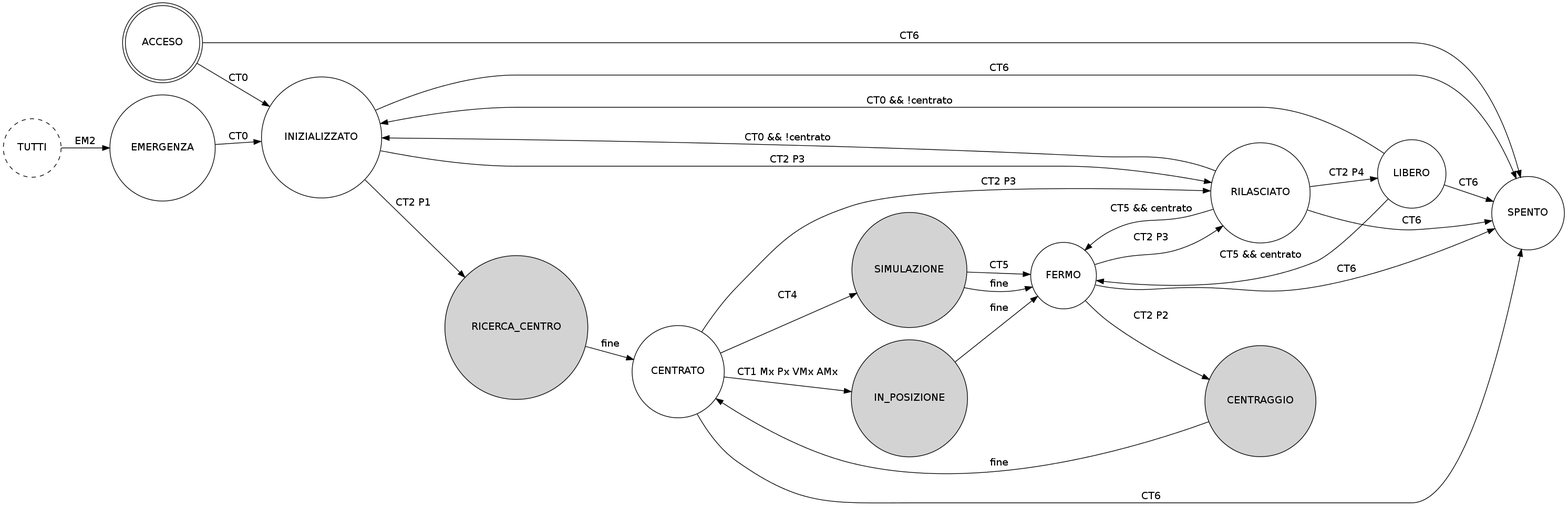
Before: docs/canopenshell.png, a diagram exported from Graphviz (lucci-spinitalia/Alma3d). Its source is kept beside it as docs/canopenshell.dot. The source it was exported from:
```dot
digraph canopenshell_machine {
	rankdir=LR;
	node [shape = doublecircle]; ACCESO
	node [shape = circle, style = filled]; SIMULAZIONE RICERCA_CENTRO CENTRAGGIO IN_POSIZIONE
	node [shape = circle, style = dashed]; TUTTI
	node [shape = circle, style = solid, regular= 1];
	ACCESO -> INIZIALIZZATO [ label = "CT0" ];
	ACCESO -> SPENTO [ label = "CT6" ];
	INIZIALIZZATO -> RICERCA_CENTRO [ label = "CT2 P1" ];
	INIZIALIZZATO -> RILASCIATO [ label = "CT2 P3" ];
	INIZIALIZZATO -> SPENTO [ label = "CT6" ];
	RICERCA_CENTRO -> CENTRATO [ label = "fine" ];
	CENTRATO -> SIMULAZIONE [ label = "CT4" ];
	CENTRATO -> IN_POSIZIONE [ label = "CT1 Mx Px VMx AMx" ];
	CENTRATO -> RILASCIATO [ label = "CT2 P3" ];
	CENTRATO -> SPENTO [ label = "CT6" ];
	SIMULAZIONE -> FERMO [ label = "fine" ];
	SIMULAZIONE -> FERMO [ label = "CT5" ];
	IN_POSIZIONE -> FERMO [ label = "fine" ];
	FERMO -> CENTRAGGIO [ label = "CT2 P2" ];
	FERMO -> RILASCIATO [ label = "CT2 P3" ];
	FERMO -> SPENTO [ label = "CT6" ];
	CENTRAGGIO -> CENTRATO [ label = "fine" ];
	RILASCIATO -> LIBERO [ label = "CT2 P4" ];
	RILASCIATO -> FERMO [ label = "CT5 && centrato" ];
	RILASCIATO -> INIZIALIZZATO [ label = "CT0 && !centrato" ];
	RILASCIATO -> SPENTO [ label = "CT6" ];
	LIBERO -> FERMO [ label = "CT5 && centrato" ];
	LIBERO -> INIZIALIZZATO [ label = "CT0 && !centrato" ];
	LIBERO -> SPENTO [ label = "CT6" ];
	TUTTI -> EMERGENZA [ label = "EM2" ];
	EMERGENZA -> INIZIALIZZATO [ label = "CT0" ];
}
```
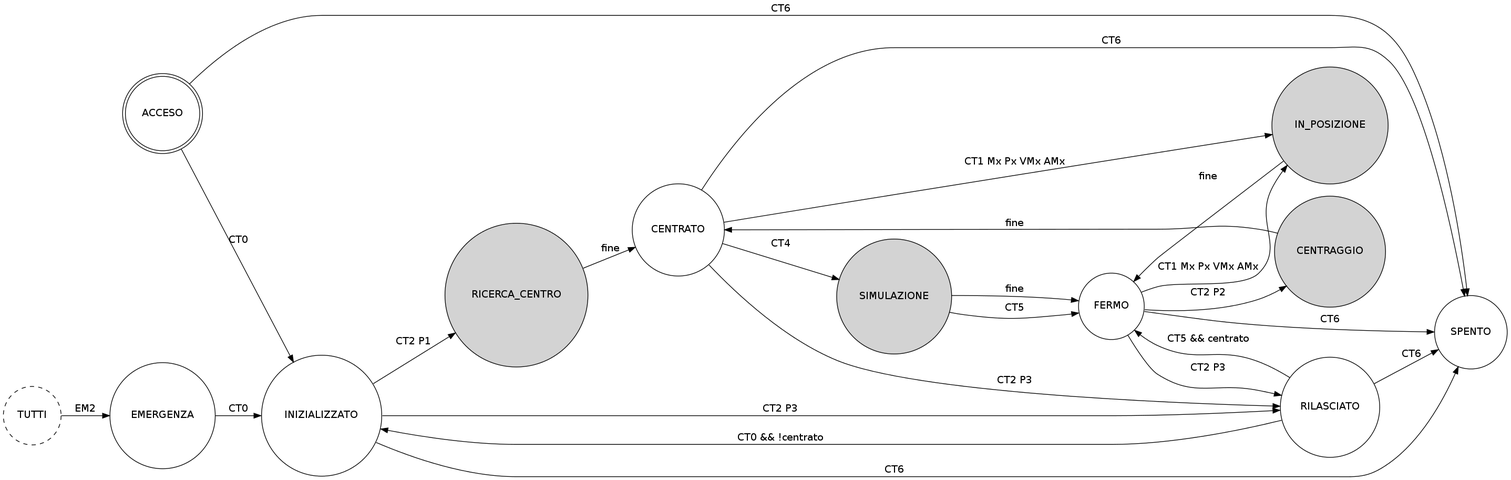
After the commit.

Commit message:
Aggiornato manuale interno ed eliminato lo stato LIBERO

The edit, as a diff of the source:
```diff
@@ -20,14 +20,11 @@
 	FERMO -> CENTRAGGIO [ label = "CT2 P2" ];
 	FERMO -> RILASCIATO [ label = "CT2 P3" ];
 	FERMO -> SPENTO [ label = "CT6" ];
+        FERMO -> IN_POSIZIONE [ label = "CT1 Mx Px VMx AMx" ];
 	CENTRAGGIO -> CENTRATO [ label = "fine" ];
-	RILASCIATO -> LIBERO [ label = "CT2 P4" ];
 	RILASCIATO -> FERMO [ label = "CT5 && centrato" ];
 	RILASCIATO -> INIZIALIZZATO [ label = "CT0 && !centrato" ];
 	RILASCIATO -> SPENTO [ label = "CT6" ];
-	LIBERO -> FERMO [ label = "CT5 && centrato" ];
-	LIBERO -> INIZIALIZZATO [ label = "CT0 && !centrato" ];
-	LIBERO -> SPENTO [ label = "CT6" ];
 	TUTTI -> EMERGENZA [ label = "EM2" ];
 	EMERGENZA -> INIZIALIZZATO [ label = "CT0" ];
 }
```
